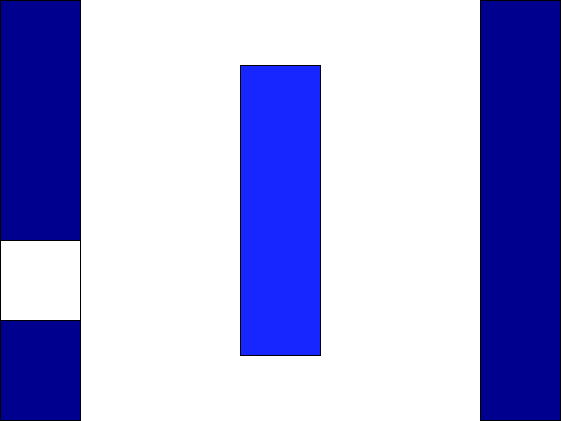
Before: reports/figures/autoencoder.drawio.png, a diagram exported from draw.io (Chike-Ode/Imputation_Research_Project). Source tidied: cells renumbered, new cells last; positions are measured from the earlier drawing's top-left corner, leaving out a move shared by most shapes.
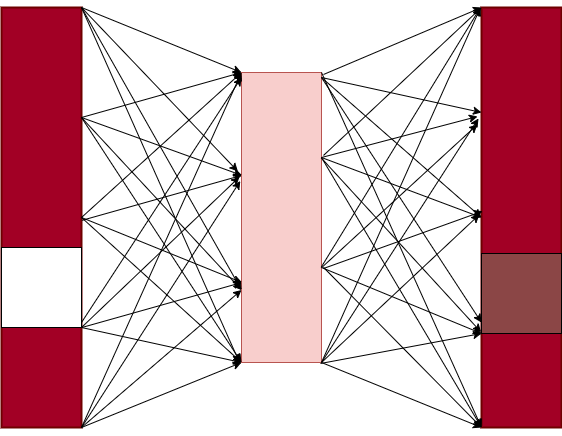
Later version of the same file.

Commit message:
Update autoencoder need to add text

The edit, as a diff of the source:
```diff
@@ -1,18 +1,214 @@
-<mxGraphModel>
+<mxGraphModel background="#ffffff">
   <root>
     <mxCell id="0" />
     <mxCell id="1" parent="0" />
-    <mxCell id="2" style="rounded=0;whiteSpace=wrap;html=1;fillColor=#00008F;" parent="1" vertex="1">
+    <mxCell id="2" style="rounded=0;whiteSpace=wrap;html=1;fillColor=#a20025;strokeColor=#6F0000;strokeWidth=2;fillStyle=solid;fontColor=#ffffff;" parent="1" vertex="1">
       <mxGeometry width="80" height="420" as="geometry" />
     </mxCell>
-    <mxCell id="3" style="whiteSpace=wrap;html=1;fillColor=#FFFFFF;" parent="1" vertex="1">
+    <mxCell id="3" style="whiteSpace=wrap;html=1;fillColor=#FFFFFF;rounded=0;" parent="1" vertex="1">
       <mxGeometry y="240" width="80" height="80" as="geometry" />
     </mxCell>
-    <mxCell id="4" style="rounded=0;whiteSpace=wrap;html=1;fillColor=#00008F;" parent="1" vertex="1">
+    <mxCell id="4" style="rounded=0;whiteSpace=wrap;html=1;fillColor=#a20025;strokeWidth=2;fontColor=#ffffff;strokeColor=#6F0000;" parent="1" vertex="1">
       <mxGeometry x="480" width="80" height="420" as="geometry" />
     </mxCell>
-    <mxCell id="5" style="rounded=0;whiteSpace=wrap;html=1;fillColor=#1726FF;" parent="1" vertex="1">
+    <mxCell id="5" style="rounded=0;whiteSpace=wrap;html=1;fillColor=#f8cecc;strokeColor=#b85450;" parent="1" vertex="1">
       <mxGeometry x="240" y="65" width="80" height="290" as="geometry" />
     </mxCell>
+    <mxCell id="6" style="endArrow=classic;html=1;rounded=0;entryX=0;entryY=0;entryDx=0;entryDy=0;" parent="1" edge="1" target="5">
+      <mxGeometry relative="1" as="geometry">
+        <mxPoint x="80" as="sourcePoint" />
+      </mxGeometry>
+    </mxCell>
+    <mxCell id="7" style="endArrow=classic;html=1;rounded=0;exitX=0.995;exitY=0.017;exitDx=0;exitDy=0;exitPerimeter=0;entryX=0;entryY=0;entryDx=0;entryDy=0;" parent="1" edge="1" target="5">
+      <mxGeometry relative="1" as="geometry">
+        <mxPoint x="80" y="110" as="sourcePoint" />
+      </mxGeometry>
+    </mxCell>
+    <mxCell id="8" style="endArrow=classic;html=1;rounded=0;exitX=0.995;exitY=0.017;exitDx=0;exitDy=0;exitPerimeter=0;entryX=0;entryY=0;entryDx=0;entryDy=0;" parent="1" edge="1">
+      <mxGeometry relative="1" as="geometry">
+        <mxPoint x="80" y="110" as="sourcePoint" />
+        <mxPoint x="240.4" y="167.9" as="targetPoint" />
+      </mxGeometry>
+    </mxCell>
+    <mxCell id="9" style="endArrow=classic;html=1;rounded=0;exitX=0.995;exitY=0.017;exitDx=0;exitDy=0;exitPerimeter=0;entryX=0;entryY=0;entryDx=0;entryDy=0;" parent="1" edge="1">
+      <mxGeometry relative="1" as="geometry">
+        <mxPoint x="80.4" y="212.9" as="sourcePoint" />
+        <mxPoint x="240.4" y="167.9" as="targetPoint" />
+      </mxGeometry>
+    </mxCell>
+    <mxCell id="10" style="endArrow=classic;html=1;rounded=0;entryX=0;entryY=0;entryDx=0;entryDy=0;" parent="1" edge="1">
+      <mxGeometry relative="1" as="geometry">
+        <mxPoint x="80" y="210" as="sourcePoint" />
+        <mxPoint x="240.4" y="275" as="targetPoint" />
+      </mxGeometry>
+    </mxCell>
+    <mxCell id="11" style="endArrow=classic;html=1;rounded=0;exitX=0.995;exitY=0.017;exitDx=0;exitDy=0;exitPerimeter=0;entryX=0;entryY=0;entryDx=0;entryDy=0;" parent="1" edge="1">
+      <mxGeometry relative="1" as="geometry">
+        <mxPoint x="80.4" y="320" as="sourcePoint" />
+        <mxPoint x="240.4" y="275" as="targetPoint" />
+      </mxGeometry>
+    </mxCell>
+    <mxCell id="12" style="endArrow=classic;html=1;rounded=0;exitX=0.995;exitY=0.017;exitDx=0;exitDy=0;exitPerimeter=0;entryX=0;entryY=1;entryDx=0;entryDy=0;" parent="1" edge="1" target="5">
+      <mxGeometry relative="1" as="geometry">
+        <mxPoint x="80" y="320" as="sourcePoint" />
+      </mxGeometry>
+    </mxCell>
+    <mxCell id="13" style="endArrow=classic;html=1;rounded=0;entryX=0;entryY=1;entryDx=0;entryDy=0;" parent="1" edge="1" target="5">
+      <mxGeometry relative="1" as="geometry">
+        <mxPoint x="80" y="420" as="sourcePoint" />
+      </mxGeometry>
+    </mxCell>
+    <mxCell id="14" style="endArrow=classic;html=1;rounded=0;entryX=-0.045;entryY=0.341;entryDx=0;entryDy=0;entryPerimeter=0;" parent="1" edge="1" target="5">
+      <mxGeometry relative="1" as="geometry">
+        <mxPoint x="80" as="sourcePoint" />
+      </mxGeometry>
+    </mxCell>
+    <mxCell id="15" style="endArrow=classic;html=1;rounded=0;entryX=0;entryY=0.75;entryDx=0;entryDy=0;" parent="1" edge="1" target="5">
+      <mxGeometry relative="1" as="geometry">
+        <mxPoint x="80" as="sourcePoint" />
+      </mxGeometry>
+    </mxCell>
+    <mxCell id="16" style="endArrow=classic;html=1;rounded=0;" parent="1" edge="1">
+      <mxGeometry relative="1" as="geometry">
+        <mxPoint x="80" as="sourcePoint" />
+        <mxPoint x="238" y="355" as="targetPoint" />
+      </mxGeometry>
+    </mxCell>
+    <mxCell id="17" style="endArrow=classic;html=1;rounded=0;entryX=0;entryY=0.75;entryDx=0;entryDy=0;" parent="1" edge="1" target="5">
+      <mxGeometry relative="1" as="geometry">
+        <mxPoint x="80" y="110" as="sourcePoint" />
+      </mxGeometry>
+    </mxCell>
+    <mxCell id="18" style="endArrow=classic;html=1;rounded=0;entryX=0;entryY=1;entryDx=0;entryDy=0;" parent="1" edge="1" target="5">
+      <mxGeometry relative="1" as="geometry">
+        <mxPoint x="80" y="110" as="sourcePoint" />
+      </mxGeometry>
+    </mxCell>
+    <mxCell id="19" style="endArrow=classic;html=1;rounded=0;entryX=0;entryY=1;entryDx=0;entryDy=0;exitX=1;exitY=0.5;exitDx=0;exitDy=0;" parent="1" edge="1" source="2" target="5">
+      <mxGeometry relative="1" as="geometry" />
+    </mxCell>
+    <mxCell id="20" style="endArrow=classic;html=1;rounded=0;exitX=1;exitY=0.5;exitDx=0;exitDy=0;entryX=0;entryY=0;entryDx=0;entryDy=0;" parent="1" edge="1" source="2" target="5">
+      <mxGeometry relative="1" as="geometry" />
+    </mxCell>
+    <mxCell id="21" style="endArrow=classic;html=1;rounded=0;entryX=-0.025;entryY=0.36;entryDx=0;entryDy=0;entryPerimeter=0;exitX=1;exitY=1;exitDx=0;exitDy=0;" parent="1" edge="1" source="3" target="5">
+      <mxGeometry relative="1" as="geometry" />
+    </mxCell>
+    <mxCell id="22" style="endArrow=classic;html=1;rounded=0;exitX=1;exitY=0.75;exitDx=0;exitDy=0;" parent="1" edge="1" source="2">
+      <mxGeometry relative="1" as="geometry">
+        <mxPoint x="240" y="70" as="targetPoint" />
+      </mxGeometry>
+    </mxCell>
+    <mxCell id="23" style="endArrow=classic;html=1;rounded=0;exitX=0.995;exitY=0.017;exitDx=0;exitDy=0;exitPerimeter=0;entryX=0;entryY=0.75;entryDx=0;entryDy=0;" parent="1" edge="1" target="5">
+      <mxGeometry relative="1" as="geometry">
+        <mxPoint x="80" y="420" as="sourcePoint" />
+      </mxGeometry>
+    </mxCell>
+    <mxCell id="24" style="endArrow=classic;html=1;rounded=0;entryX=-0.015;entryY=0.374;entryDx=0;entryDy=0;entryPerimeter=0;" parent="1" edge="1" target="5">
+      <mxGeometry relative="1" as="geometry">
+        <mxPoint x="80" y="420" as="sourcePoint" />
+      </mxGeometry>
+    </mxCell>
+    <mxCell id="25" style="endArrow=classic;html=1;rounded=0;entryX=0;entryY=0;entryDx=0;entryDy=0;" parent="1" edge="1" target="5">
+      <mxGeometry relative="1" as="geometry">
+        <mxPoint x="80" y="420" as="sourcePoint" />
+      </mxGeometry>
+    </mxCell>
+    <mxCell id="26" style="endArrow=classic;html=1;rounded=0;exitX=1.025;exitY=0.286;exitDx=0;exitDy=0;exitPerimeter=0;" parent="1" edge="1" source="5">
+      <mxGeometry relative="1" as="geometry">
+        <mxPoint x="480" as="targetPoint" />
+      </mxGeometry>
+    </mxCell>
+    <mxCell id="27" style="endArrow=classic;html=1;rounded=0;" parent="1" edge="1">
+      <mxGeometry relative="1" as="geometry">
+        <mxPoint x="320" y="150" as="sourcePoint" />
+        <mxPoint x="476" y="109" as="targetPoint" />
+      </mxGeometry>
+    </mxCell>
+    <mxCell id="28" style="endArrow=classic;html=1;rounded=0;exitX=1.005;exitY=0.672;exitDx=0;exitDy=0;exitPerimeter=0;" parent="1" edge="1" source="5">
+      <mxGeometry relative="1" as="geometry">
+        <mxPoint x="476" y="117" as="targetPoint" />
+      </mxGeometry>
+    </mxCell>
+    <mxCell id="29" style="endArrow=classic;html=1;rounded=0;entryX=0;entryY=1;entryDx=0;entryDy=0;" parent="1" edge="1" target="41">
+      <mxGeometry relative="1" as="geometry">
+        <mxPoint x="320" y="260" as="sourcePoint" />
+      </mxGeometry>
+    </mxCell>
+    <mxCell id="30" style="endArrow=classic;html=1;rounded=0;entryX=0;entryY=1;entryDx=0;entryDy=0;" parent="1" edge="1" target="41">
+      <mxGeometry relative="1" as="geometry">
+        <mxPoint x="319" y="356" as="sourcePoint" />
+      </mxGeometry>
+    </mxCell>
+    <mxCell id="31" style="endArrow=classic;html=1;rounded=0;exitX=1;exitY=1;exitDx=0;exitDy=0;entryX=0;entryY=1;entryDx=0;entryDy=0;" parent="1" edge="1" source="5" target="4">
+      <mxGeometry relative="1" as="geometry" />
+    </mxCell>
+    <mxCell id="32" style="endArrow=classic;html=1;rounded=0;entryX=0;entryY=0.25;entryDx=0;entryDy=0;" parent="1" edge="1" target="4">
+      <mxGeometry relative="1" as="geometry">
+        <mxPoint x="320" y="70" as="sourcePoint" />
+      </mxGeometry>
+    </mxCell>
+    <mxCell id="33" style="endArrow=classic;html=1;rounded=0;entryX=0;entryY=0.75;entryDx=0;entryDy=0;" parent="1" edge="1" target="4">
+      <mxGeometry relative="1" as="geometry">
+        <mxPoint x="320" y="70" as="sourcePoint" />
+      </mxGeometry>
+    </mxCell>
+    <mxCell id="34" style="endArrow=classic;html=1;rounded=0;entryX=0;entryY=1;entryDx=0;entryDy=0;exitX=1;exitY=0;exitDx=0;exitDy=0;" parent="1" edge="1" source="5" target="4">
+      <mxGeometry relative="1" as="geometry" />
+    </mxCell>
+    <mxCell id="35" style="endArrow=classic;html=1;rounded=0;exitX=0.995;exitY=0.294;exitDx=0;exitDy=0;exitPerimeter=0;entryX=-0.005;entryY=0.773;entryDx=0;entryDy=0;entryPerimeter=0;" parent="1" edge="1" source="5" target="4">
+      <mxGeometry relative="1" as="geometry" />
+    </mxCell>
+    <mxCell id="36" style="endArrow=classic;html=1;rounded=0;entryX=0;entryY=1;entryDx=0;entryDy=0;" parent="1" edge="1" target="4">
+      <mxGeometry relative="1" as="geometry">
+        <mxPoint x="320" y="150" as="sourcePoint" />
+      </mxGeometry>
+    </mxCell>
+    <mxCell id="37" style="endArrow=classic;html=1;rounded=0;entryX=0;entryY=1;entryDx=0;entryDy=0;exitX=1.025;exitY=0.672;exitDx=0;exitDy=0;exitPerimeter=0;" parent="1" edge="1" source="5" target="4">
+      <mxGeometry relative="1" as="geometry" />
+    </mxCell>
+    <mxCell id="38" style="endArrow=classic;html=1;rounded=0;exitX=0.995;exitY=0.672;exitDx=0;exitDy=0;exitPerimeter=0;" parent="1" edge="1" source="5">
+      <mxGeometry relative="1" as="geometry">
+        <mxPoint x="479" as="targetPoint" />
+      </mxGeometry>
+    </mxCell>
+    <mxCell id="39" style="endArrow=classic;html=1;rounded=0;exitX=1;exitY=1;exitDx=0;exitDy=0;" parent="1" edge="1" source="5">
+      <mxGeometry relative="1" as="geometry">
+        <mxPoint x="477" y="111" as="targetPoint" />
+      </mxGeometry>
+    </mxCell>
+    <mxCell id="40" style="endArrow=classic;html=1;rounded=0;exitX=1;exitY=1;exitDx=0;exitDy=0;" parent="1" edge="1" source="5">
+      <mxGeometry relative="1" as="geometry">
+        <mxPoint x="479" as="targetPoint" />
+      </mxGeometry>
+    </mxCell>
+    <mxCell id="41" style="whiteSpace=wrap;html=1;fillColor=#8B4646;" parent="1" vertex="1">
+      <mxGeometry x="480" y="246" width="80" height="80" as="geometry" />
+    </mxCell>
+    <mxCell id="42" style="endArrow=classic;html=1;entryX=0;entryY=0.5;entryDx=0;entryDy=0;" parent="1" edge="1" target="4">
+      <mxGeometry relative="1" as="geometry">
+        <mxPoint x="320" y="70" as="sourcePoint" />
+      </mxGeometry>
+    </mxCell>
+    <mxCell id="43" style="endArrow=classic;html=1;entryX=0;entryY=0;entryDx=0;entryDy=0;" parent="1" edge="1" target="4">
+      <mxGeometry relative="1" as="geometry">
+        <mxPoint x="322" y="67" as="sourcePoint" />
+      </mxGeometry>
+    </mxCell>
+    <mxCell id="44" style="endArrow=classic;html=1;entryX=0;entryY=0.5;entryDx=0;entryDy=0;" parent="1" edge="1" target="4">
+      <mxGeometry relative="1" as="geometry">
+        <mxPoint x="320" y="150" as="sourcePoint" />
+      </mxGeometry>
+    </mxCell>
+    <mxCell id="45" style="endArrow=classic;html=1;entryX=0.015;entryY=0.485;entryDx=0;entryDy=0;entryPerimeter=0;" parent="1" edge="1" target="4">
+      <mxGeometry relative="1" as="geometry">
+        <mxPoint x="322" y="261" as="sourcePoint" />
+      </mxGeometry>
+    </mxCell>
+    <mxCell id="46" style="endArrow=classic;html=1;" parent="1" edge="1">
+      <mxGeometry relative="1" as="geometry">
+        <mxPoint x="320" y="355" as="sourcePoint" />
+        <mxPoint x="478" y="207" as="targetPoint" />
+      </mxGeometry>
+    </mxCell>
   </root>
 </mxGraphModel>
```
